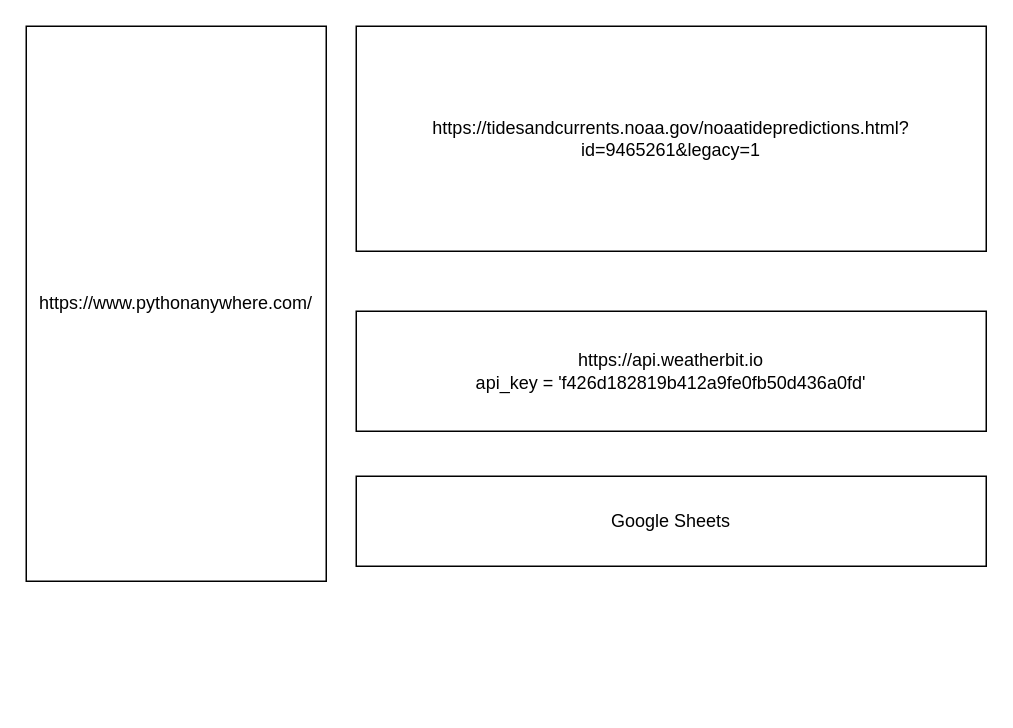
Above: Bristol Tide overview.drawio in usernamesareusless/C-Tide-Tracker (draw.io), before the change. Source tidied: cells renumbered, new cells numbered last; positions are measured from the earlier drawing's top-left corner, leaving out a move shared by most shapes. Both pictures are drawn from the tidied source at 150%, with x=0, y=0 at pixel (26, 26).
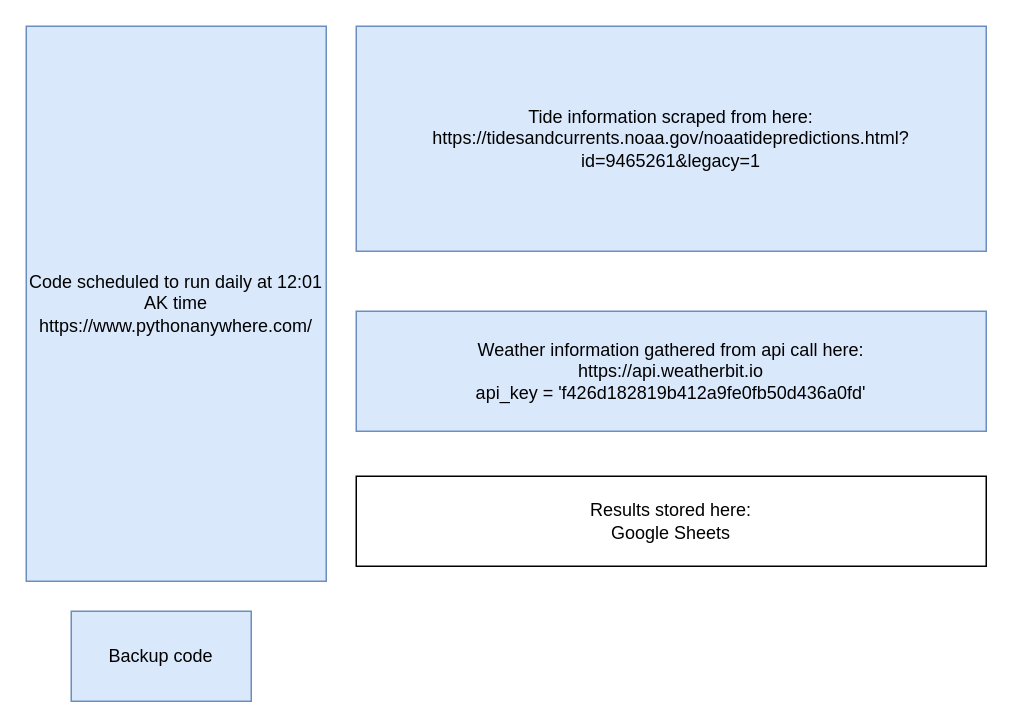
The same diagram, later.

Commit message:
Update Links and descriptions

The edit, as a diff of the source:
```diff
@@
 <mxGraphModel>
   <root>
     <mxCell id="0" />
     <mxCell id="1" parent="0" />
-    <mxCell id="2" value="https://tidesandcurrents.noaa.gov/noaatidepredictions.html?id=9465261&amp;amp;legacy=1&lt;br&gt;" style="rounded=0;whiteSpace=wrap;html=1;" parent="1" vertex="1">
+    <mxCell id="2" value="Tide information scraped from here:&lt;br&gt;https://tidesandcurrents.noaa.gov/noaatidepredictions.html?id=9465261&amp;amp;legacy=1" style="rounded=0;whiteSpace=wrap;html=1;fillColor=#dae8fc;strokeColor=#6c8ebf;" parent="1" vertex="1">
       <mxGeometry x="220" width="420" height="150" as="geometry" />
     </mxCell>
-    <mxCell id="3" value="https://api.weatherbit.io&lt;br&gt;api_key = 'f426d182819b412a9fe0fb50d436a0fd'" style="rounded=0;whiteSpace=wrap;html=1;" parent="1" vertex="1">
+    <mxCell id="3" value="Weather information gathered from api call here:&lt;br&gt;https://api.weatherbit.io&lt;br&gt;api_key = 'f426d182819b412a9fe0fb50d436a0fd'" style="rounded=0;whiteSpace=wrap;html=1;fillColor=#dae8fc;strokeColor=#6c8ebf;" parent="1" vertex="1">
       <mxGeometry x="220" y="190" width="420" height="80" as="geometry" />
     </mxCell>
-    <mxCell id="4" value="https://www.pythonanywhere.com/" style="rounded=0;whiteSpace=wrap;html=1;" parent="1" vertex="1">
+    <mxCell id="4" value="Code scheduled to run daily at 12:01 AK time&lt;br&gt;https://www.pythonanywhere.com/" style="rounded=0;whiteSpace=wrap;html=1;fillColor=#dae8fc;strokeColor=#6c8ebf;" parent="1" vertex="1">
       <mxGeometry width="200" height="370" as="geometry" />
     </mxCell>
-    <mxCell id="5" value="Google Sheets" style="rounded=0;whiteSpace=wrap;html=1;" parent="1" vertex="1">
+    <mxCell id="5" value="Results stored here:&lt;br&gt;Google Sheets" style="rounded=0;whiteSpace=wrap;html=1;" parent="1" vertex="1">
       <mxGeometry x="220" y="300" width="420" height="60" as="geometry" />
     </mxCell>
+    <mxCell id="6" value="Backup code" style="rounded=0;whiteSpace=wrap;html=1;fillColor=#dae8fc;strokeColor=#6c8ebf;" parent="1" vertex="1">
+      <mxGeometry x="30" y="390" width="120" height="60" as="geometry" />
+    </mxCell>
   </root>
 </mxGraphModel>
```
